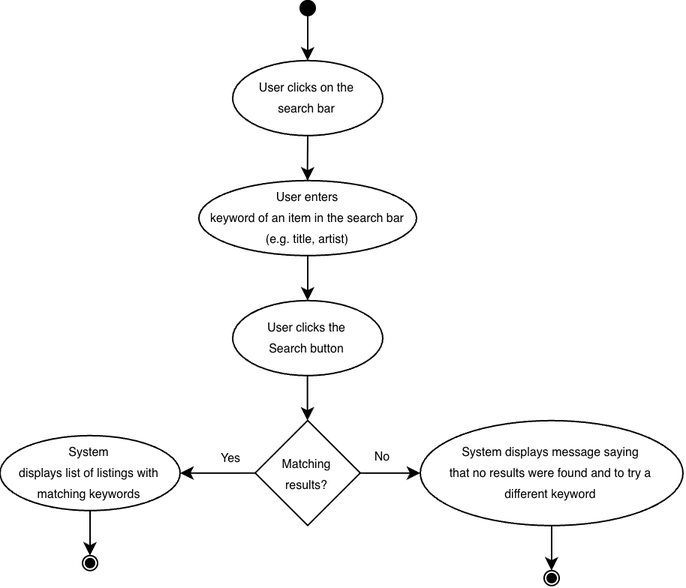
This is Camila Da Silva/US18_Search_Item/US18_Activity.png from Jason-Kng/Bulldog-Records, a draw.io export, as it was before one commit. Source tidied: cells renumbered, new cells last; positions are measured from the earlier drawing's top-left corner, leaving out a move shared by most shapes.
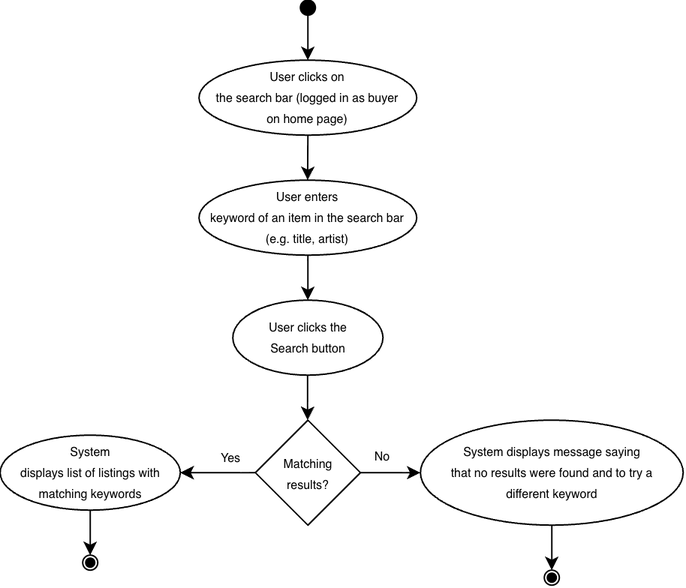
Above is the later version.

The edit, as a diff of the source:
```diff
@@ -10,8 +10,8 @@
         <mxPoint x="205" y="40" as="targetPoint" />
       </mxGeometry>
     </mxCell>
-    <mxCell id="4" value="&lt;font style=&quot;font-size: 8px; color: light-dark(rgb(0, 0, 0), rgb(0, 0, 0));&quot;&gt;User clicks on the search bar&lt;/font&gt;" style="ellipse;whiteSpace=wrap;html=1;shapeInside=1;fillColor=light-dark(#FFFFFF,#4D4D4D);strokeColor=light-dark(#000000,#000000);" parent="1" vertex="1">
-      <mxGeometry x="155" y="40" width="100" height="50" as="geometry" />
+    <mxCell id="4" value="&lt;font style=&quot;font-size: 8px; color: light-dark(rgb(0, 0, 0), rgb(0, 0, 0));&quot;&gt;User clicks on the search bar (logged in as buyer on home page)&lt;/font&gt;" style="ellipse;whiteSpace=wrap;html=1;shapeInside=1;fillColor=light-dark(#FFFFFF,#4D4D4D);strokeColor=light-dark(#000000,#000000);" parent="1" vertex="1">
+      <mxGeometry x="132.5" y="40" width="145" height="50" as="geometry" />
     </mxCell>
     <mxCell id="5" style="endArrow=classic;html=1;rounded=0;exitX=0.5;exitY=1;exitDx=0;exitDy=0;strokeColor=light-dark(#000000,#000000);" parent="1" edge="1" source="4">
       <mxGeometry relative="1" as="geometry">
```
